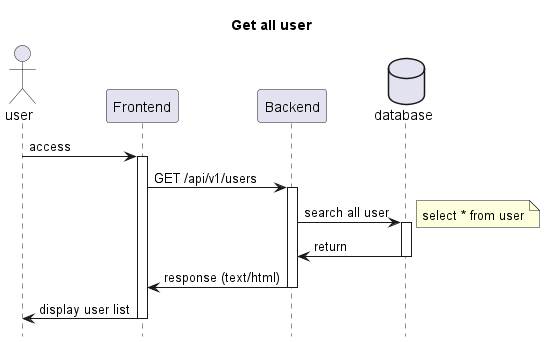
This is backend/src/main/java/jp/nlaboratory/mybatis/docs/UserController/searchAll.png from N-Laboratory/htmx-with-spring-boot, a PlantUML export, as it was before one commit. The source it was exported from:
```plantuml
@startuml Get all user
title Get all user

hide footbox
actor user
Participant Frontend as FE
Participant Backend as BE
database database as DB

user -> FE : access
activate FE

  FE -> BE : GET /api/v1/users
  activate BE

    BE -> DB : search all user
    activate DB
    note right
        select * from user
    end note
    DB -> BE : return
    deactivate DB

  BE -> FE : response (text/html)
  deactivate BE

FE -> user : display user list
deactivate FE

@enduml
```
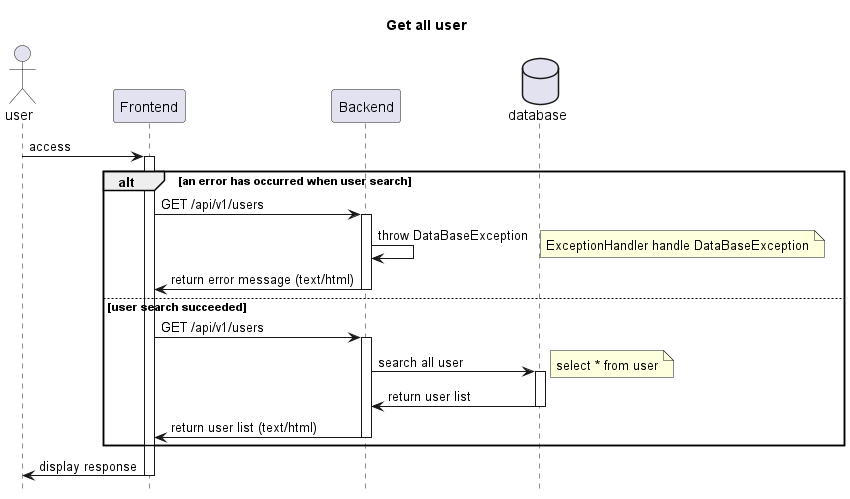
The same diagram one commit later.

Commit message:
docs: modify user searchAll sequence diagram

The edit, as a diff of the source:
```diff
@@ -9,22 +9,29 @@
 
 user -> FE : access
 activate FE
-
+alt an error has occurred when user search
   FE -> BE : GET /api/v1/users
   activate BE
-
-    BE -> DB : search all user
+  BE -> BE : throw DataBaseException
+  note right
+      ExceptionHandler handle DataBaseException
+  end note
+  BE -> FE : return error message (text/html)
+  deactivate BE
+else user search succeeded
+  FE -> BE : GET /api/v1/users
+  activate BE
+  BE -> DB : search all user
     activate DB
     note right
         select * from user
     end note
-    DB -> BE : return
+    DB -> BE : return user list
     deactivate DB
-
-  BE -> FE : response (text/html)
+  BE -> FE : return user list (text/html)
   deactivate BE
-
-FE -> user : display user list
+end
+FE -> user : display response
 deactivate FE
 
 @enduml
```
